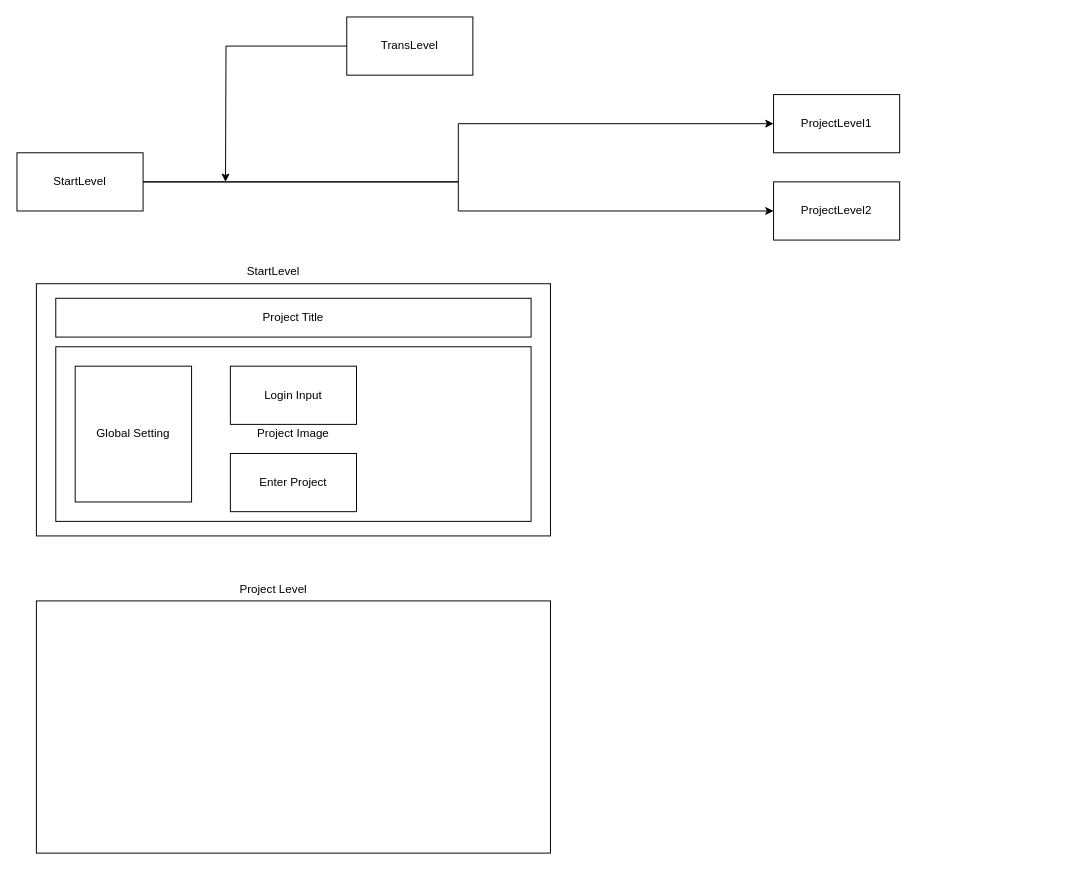
Earlier version of the draw.io diagram Untitled Diagram.drawio (gaochaowyq/MinderGraph). Source tidied: cells renumbered, new cells numbered last; positions are measured from the earlier drawing's top-left corner, leaving out a move shared by most shapes. Both pictures are drawn from the tidied source at 97%, with x=0, y=0 at pixel (16, 16).
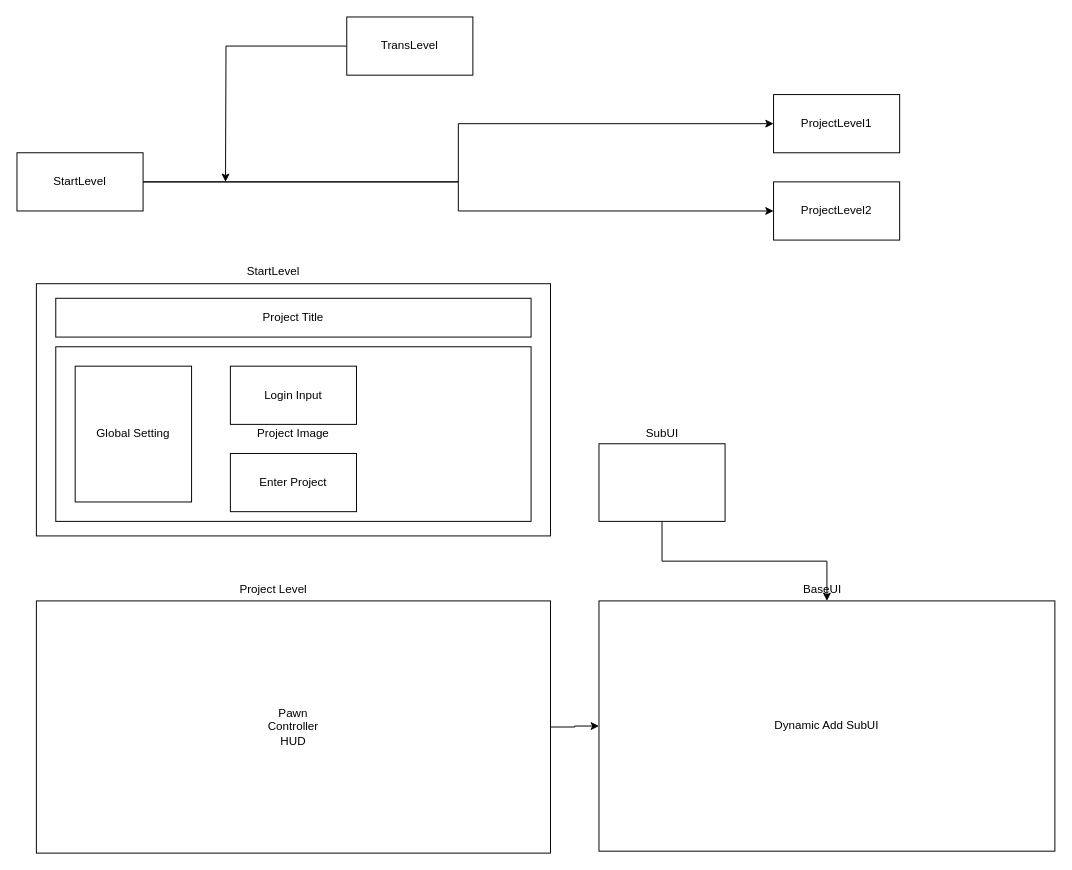
Above is the later version.

What changed in the source:
```diff
@@
+    <mxCell id="18" style="edgeStyle=orthogonalEdgeStyle;rounded=0;jettySize=auto;html=1;" parent="1" edge="1" source="13" target="19">
+      <mxGeometry relative="1" as="geometry" />
+    </mxCell>
-    <mxCell id="13" style="rounded=0;whiteSpace=wrap;html=1;" parent="1" vertex="1">
+    <mxCell id="13" value="Pawn&lt;br&gt;Controller&lt;br&gt;HUD" style="rounded=0;whiteSpace=wrap;html=1;" parent="1" vertex="1">
       <mxGeometry x="20" y="602" width="530" height="260" as="geometry" />
     </mxCell>
@@
+    <mxCell id="19" value="Dynamic Add SubUI" style="rounded=0;whiteSpace=wrap;html=1;" parent="1" vertex="1">
+      <mxGeometry x="600" y="602" width="470" height="258" as="geometry" />
+    </mxCell>
+    <mxCell id="20" value="BaseUI" style="text;html=1;align=center;verticalAlign=middle;" parent="1" vertex="1">
+      <mxGeometry x="805" y="580" width="50" height="20" as="geometry" />
+    </mxCell>
+    <mxCell id="21" style="edgeStyle=orthogonalEdgeStyle;rounded=0;jettySize=auto;html=1;" parent="1" edge="1" source="22" target="19">
+      <mxGeometry relative="1" as="geometry" />
+    </mxCell>
+    <mxCell id="22" style="rounded=0;whiteSpace=wrap;html=1;" parent="1" vertex="1">
+      <mxGeometry x="600" y="440" width="130" height="80" as="geometry" />
+    </mxCell>
+    <mxCell id="23" value="SubUI" style="text;html=1;align=center;verticalAlign=middle;" parent="1" vertex="1">
+      <mxGeometry x="640" y="420" width="50" height="20" as="geometry" />
+    </mxCell>
```
